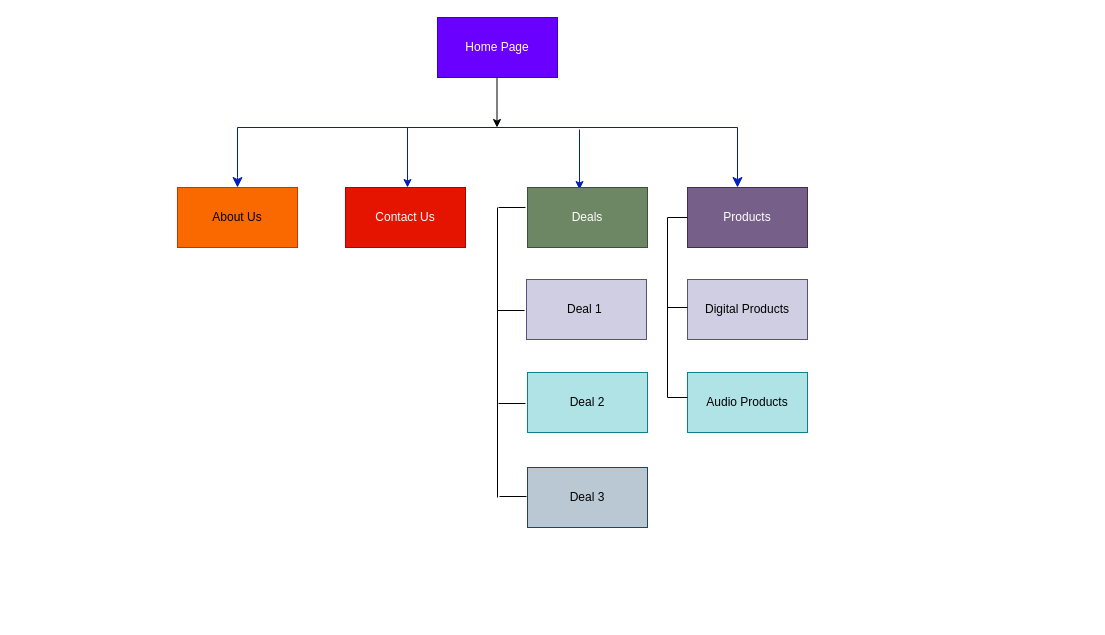
This is sitemap01.drawio from ElingO/test, a draw.io file, before an edit. Source tidied: cells renumbered, new cells numbered last; positions are measured from the earlier drawing's top-left corner, leaving out a move shared by most shapes. Both pictures are drawn from the tidied source at 100%, with x=0, y=0 at pixel (177, 17).
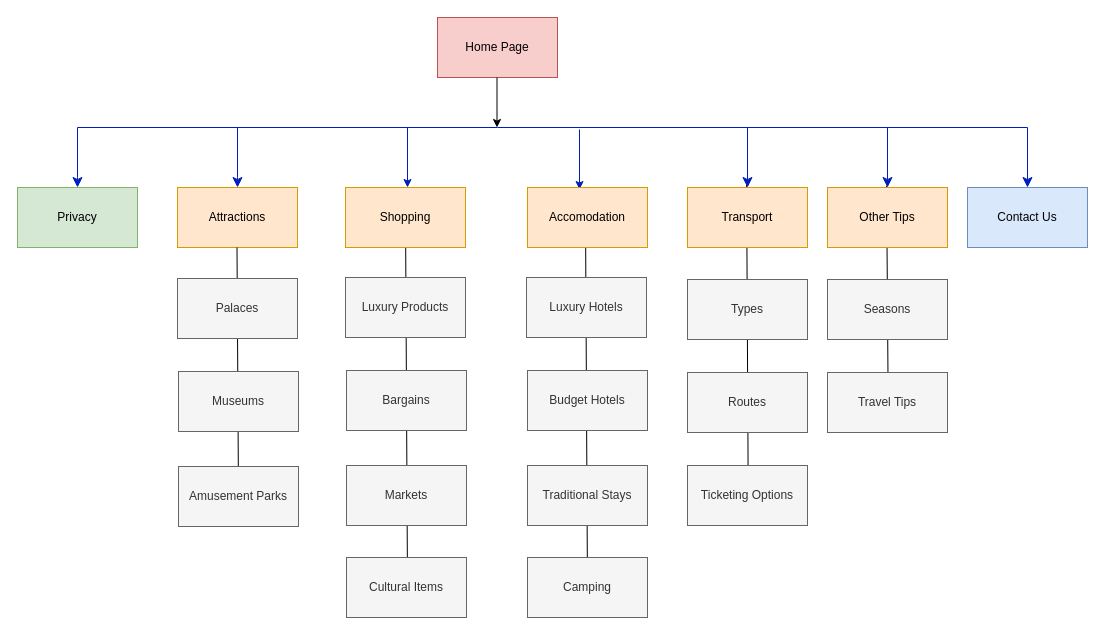
The same page after the edit.

The edit, as a diff of the source:
```diff
@@
+    <mxCell id="26" style="endArrow=none;html=1;rounded=0;" parent="1" edge="1">
+      <mxGeometry relative="1" as="geometry">
+        <mxPoint x="710.9" y="413.8" as="sourcePoint" />
+        <mxPoint x="709.1" y="168.2" as="targetPoint" />
+      </mxGeometry>
+    </mxCell>
+    <mxCell id="27" style="endArrow=none;html=1;rounded=0;" parent="1" edge="1">
+      <mxGeometry relative="1" as="geometry">
+        <mxPoint x="570.9" y="508" as="sourcePoint" />
+        <mxPoint x="569.1" y="167" as="targetPoint" />
+      </mxGeometry>
+    </mxCell>
+    <mxCell id="28" style="endArrow=none;html=1;rounded=0;" parent="1" edge="1">
+      <mxGeometry relative="1" as="geometry">
+        <mxPoint x="409.9" y="555.5" as="sourcePoint" />
+        <mxPoint x="408.1" y="214.5" as="targetPoint" />
+      </mxGeometry>
+    </mxCell>
+    <mxCell id="29" style="endArrow=none;html=1;rounded=0;" parent="1" edge="1">
+      <mxGeometry relative="1" as="geometry">
+        <mxPoint x="230" y="570" as="sourcePoint" />
+        <mxPoint x="228.2" y="229" as="targetPoint" />
+      </mxGeometry>
+    </mxCell>
-    <mxCell id="2" value="Home Page" style="rounded=0;whiteSpace=wrap;html=1;fillColor=#6a00ff;fontColor=#ffffff;strokeColor=#3700CC;" parent="1" vertex="1">
+    <mxCell id="2" value="Home Page" style="rounded=0;whiteSpace=wrap;html=1;fillColor=#f8cecc;strokeColor=#b85450;" parent="1" vertex="1">
       <mxGeometry x="260" width="120" height="60" as="geometry" />
     </mxCell>
@@
     <mxCell id="5" style="edgeStyle=segmentEdgeStyle;endArrow=classic;html=1;curved=0;rounded=0;endSize=8;startSize=8;fillColor=#0050ef;strokeColor=#001DBC;" parent="1" edge="1">
       <mxGeometry relative="1" as="geometry">
-        <mxPoint x="310" y="110" as="sourcePoint" />
-        <mxPoint x="560" y="170" as="targetPoint" />
+        <mxPoint x="320" y="110" as="sourcePoint" />
+        <mxPoint x="570" y="170" as="targetPoint" />
       </mxGeometry>
     </mxCell>
@@
-    <mxCell id="8" value="About Us" style="rounded=0;whiteSpace=wrap;html=1;fillColor=#fa6800;fontColor=#000000;strokeColor=#C73500;" parent="1" vertex="1">
+    <mxCell id="8" value="Attractions" style="rounded=0;whiteSpace=wrap;html=1;fillColor=#ffe6cc;strokeColor=#d79b00;" parent="1" vertex="1">
       <mxGeometry y="170" width="120" height="60" as="geometry" />
     </mxCell>
-    <mxCell id="9" value="Contact Us" style="rounded=0;whiteSpace=wrap;html=1;fillColor=#e51400;fontColor=#ffffff;strokeColor=#B20000;" parent="1" vertex="1">
+    <mxCell id="9" value="Shopping" style="rounded=0;whiteSpace=wrap;html=1;fillColor=#ffe6cc;strokeColor=#d79b00;" parent="1" vertex="1">
       <mxGeometry x="168" y="170" width="120" height="60" as="geometry" />
     </mxCell>
-    <mxCell id="10" value="Deals" style="rounded=0;whiteSpace=wrap;html=1;fillColor=#6d8764;fontColor=#ffffff;strokeColor=#3A5431;" parent="1" vertex="1">
+    <mxCell id="10" value="Accomodation" style="rounded=0;whiteSpace=wrap;html=1;fillColor=#ffe6cc;strokeColor=#d79b00;" parent="1" vertex="1">
       <mxGeometry x="350" y="170" width="120" height="60" as="geometry" />
     </mxCell>
-    <mxCell id="11" value="Deal 1&amp;nbsp;" style="rounded=0;whiteSpace=wrap;html=1;fillColor=#d0cee2;strokeColor=#56517e;" parent="1" vertex="1">
-      <mxGeometry x="349" y="262" width="120" height="60" as="geometry" />
+    <mxCell id="11" value="Luxury Products" style="rounded=0;whiteSpace=wrap;html=1;fillColor=#f5f5f5;strokeColor=#666666;fontColor=#333333;" parent="1" vertex="1">
+      <mxGeometry x="168" y="260" width="120" height="60" as="geometry" />
     </mxCell>
-    <mxCell id="12" value="Deal 2" style="rounded=0;whiteSpace=wrap;html=1;fillColor=#b0e3e6;strokeColor=#0e8088;" parent="1" vertex="1">
-      <mxGeometry x="350" y="355" width="120" height="60" as="geometry" />
+    <mxCell id="12" value="Bargains" style="rounded=0;whiteSpace=wrap;html=1;fillColor=#f5f5f5;strokeColor=#666666;fontColor=#333333;" parent="1" vertex="1">
+      <mxGeometry x="169" y="353" width="120" height="60" as="geometry" />
     </mxCell>
-    <mxCell id="13" value="Deal 3" style="rounded=0;whiteSpace=wrap;html=1;fillColor=#bac8d3;strokeColor=#23445d;" parent="1" vertex="1">
-      <mxGeometry x="350" y="450" width="120" height="60" as="geometry" />
+    <mxCell id="13" value="Markets" style="rounded=0;whiteSpace=wrap;html=1;fillColor=#f5f5f5;strokeColor=#666666;fontColor=#333333;" parent="1" vertex="1">
+      <mxGeometry x="169" y="448" width="120" height="60" as="geometry" />
     </mxCell>
-    <mxCell id="14" style="endArrow=none;html=1;rounded=0;" parent="1" edge="1">
+    <mxCell id="14" style="endArrow=none;html=1;rounded=0;" parent="1" edge="1" source="35">
       <mxGeometry relative="1" as="geometry">
-        <mxPoint x="320" y="480" as="sourcePoint" />
-        <mxPoint x="320" y="190" as="targetPoint" />
+        <mxPoint x="59.5" y="230" as="targetPoint" />
       </mxGeometry>
     </mxCell>
-    <mxCell id="15" style="endArrow=none;html=1;rounded=0;entryX=-0.017;entryY=0.633;entryDx=0;entryDy=0;entryPerimeter=0;" parent="1" edge="1">
-      <mxGeometry relative="1" as="geometry">
-        <mxPoint x="320" y="293" as="sourcePoint" />
-        <mxPoint x="347" y="293" as="targetPoint" />
-      </mxGeometry>
-    </mxCell>
-    <mxCell id="16" style="endArrow=none;html=1;rounded=0;entryX=-0.017;entryY=0.633;entryDx=0;entryDy=0;entryPerimeter=0;" parent="1" edge="1">
-      <mxGeometry relative="1" as="geometry">
-        <mxPoint x="321" y="190" as="sourcePoint" />
-        <mxPoint x="348" y="190" as="targetPoint" />
-      </mxGeometry>
-    </mxCell>
-    <mxCell id="17" style="endArrow=none;html=1;rounded=0;entryX=-0.017;entryY=0.633;entryDx=0;entryDy=0;entryPerimeter=0;" parent="1" edge="1">
-      <mxGeometry relative="1" as="geometry">
-        <mxPoint x="321" y="386" as="sourcePoint" />
-        <mxPoint x="348" y="386" as="targetPoint" />
-      </mxGeometry>
-    </mxCell>
-    <mxCell id="18" style="endArrow=none;html=1;rounded=0;entryX=-0.017;entryY=0.633;entryDx=0;entryDy=0;entryPerimeter=0;" parent="1" edge="1">
-      <mxGeometry relative="1" as="geometry">
-        <mxPoint x="322" y="479" as="sourcePoint" />
-        <mxPoint x="349" y="479" as="targetPoint" />
-      </mxGeometry>
-    </mxCell>
-    <mxCell id="19" value="Products" style="rounded=0;whiteSpace=wrap;html=1;fillColor=#76608a;fontColor=#ffffff;strokeColor=#432D57;" parent="1" vertex="1">
+    <mxCell id="19" value="Transport" style="rounded=0;whiteSpace=wrap;html=1;fillColor=#ffe6cc;strokeColor=#d79b00;" parent="1" vertex="1">
       <mxGeometry x="510" y="170" width="120" height="60" as="geometry" />
     </mxCell>
-    <mxCell id="20" value="Digital Products" style="rounded=0;whiteSpace=wrap;html=1;fillColor=#d0cee2;strokeColor=#56517e;" parent="1" vertex="1">
+    <mxCell id="20" value="Types" style="rounded=0;whiteSpace=wrap;html=1;fillColor=#f5f5f5;strokeColor=#666666;fontColor=#333333;" parent="1" vertex="1">
       <mxGeometry x="510" y="262" width="120" height="60" as="geometry" />
     </mxCell>
-    <mxCell id="21" value="Audio Products" style="rounded=0;whiteSpace=wrap;html=1;fillColor=#b0e3e6;strokeColor=#0e8088;" parent="1" vertex="1">
+    <mxCell id="21" value="Routes" style="rounded=0;whiteSpace=wrap;html=1;fillColor=#f5f5f5;strokeColor=#666666;fontColor=#333333;" parent="1" vertex="1">
       <mxGeometry x="510" y="355" width="120" height="60" as="geometry" />
     </mxCell>
-    <mxCell id="22" style="endArrow=none;html=1;rounded=0;" parent="1" edge="1">
-      <mxGeometry relative="1" as="geometry">
-        <mxPoint x="490" y="380" as="sourcePoint" />
-        <mxPoint x="490" y="200" as="targetPoint" />
-      </mxGeometry>
-    </mxCell>
-    <mxCell id="23" style="endArrow=none;html=1;rounded=0;exitX=0;exitY=0.5;exitDx=0;exitDy=0;" parent="1" edge="1" source="19">
-      <mxGeometry relative="1" as="geometry">
-        <mxPoint x="490" y="200" as="targetPoint" />
-      </mxGeometry>
-    </mxCell>
-    <mxCell id="24" style="endArrow=none;html=1;rounded=0;exitX=0;exitY=0.5;exitDx=0;exitDy=0;" parent="1" edge="1">
-      <mxGeometry relative="1" as="geometry">
-        <mxPoint x="510" y="290" as="sourcePoint" />
-        <mxPoint x="490" y="290" as="targetPoint" />
-      </mxGeometry>
-    </mxCell>
-    <mxCell id="25" style="endArrow=none;html=1;rounded=0;exitX=0;exitY=0.5;exitDx=0;exitDy=0;" parent="1" edge="1">
-      <mxGeometry relative="1" as="geometry">
-        <mxPoint x="510" y="380" as="sourcePoint" />
-        <mxPoint x="490" y="380" as="targetPoint" />
-      </mxGeometry>
-    </mxCell>
+    <mxCell id="30" value="Other Tips" style="rounded=0;whiteSpace=wrap;html=1;fillColor=#ffe6cc;strokeColor=#d79b00;" parent="1" vertex="1">
+      <mxGeometry x="650" y="170" width="120" height="60" as="geometry" />
+    </mxCell>
+    <mxCell id="31" value="Contact Us" style="rounded=0;whiteSpace=wrap;html=1;fillColor=#dae8fc;strokeColor=#6c8ebf;" parent="1" vertex="1">
+      <mxGeometry x="790" y="170" width="120" height="60" as="geometry" />
+    </mxCell>
+    <mxCell id="32" value="Privacy" style="rounded=0;whiteSpace=wrap;html=1;fillColor=#d5e8d4;strokeColor=#82b366;" parent="1" vertex="1">
+      <mxGeometry x="-160" y="170" width="120" height="60" as="geometry" />
+    </mxCell>
+    <mxCell id="33" value="Palaces" style="rounded=0;whiteSpace=wrap;html=1;fillColor=#f5f5f5;strokeColor=#666666;fontColor=#333333;" parent="1" vertex="1">
+      <mxGeometry y="261" width="120" height="60" as="geometry" />
+    </mxCell>
+    <mxCell id="34" value="Museums" style="rounded=0;whiteSpace=wrap;html=1;fillColor=#f5f5f5;strokeColor=#666666;fontColor=#333333;" parent="1" vertex="1">
+      <mxGeometry x="1" y="354" width="120" height="60" as="geometry" />
+    </mxCell>
+    <mxCell id="35" value="Amusement Parks" style="rounded=0;whiteSpace=wrap;html=1;fillColor=#f5f5f5;strokeColor=#666666;fontColor=#333333;" parent="1" vertex="1">
+      <mxGeometry x="1" y="449" width="120" height="60" as="geometry" />
+    </mxCell>
+    <mxCell id="36" value="Cultural Items" style="rounded=0;whiteSpace=wrap;html=1;fillColor=#f5f5f5;strokeColor=#666666;fontColor=#333333;" parent="1" vertex="1">
+      <mxGeometry x="169" y="540" width="120" height="60" as="geometry" />
+    </mxCell>
+    <mxCell id="37" value="Luxury Hotels" style="rounded=0;whiteSpace=wrap;html=1;fillColor=#f5f5f5;strokeColor=#666666;fontColor=#333333;" parent="1" vertex="1">
+      <mxGeometry x="349" y="260" width="120" height="60" as="geometry" />
+    </mxCell>
+    <mxCell id="38" value="Budget Hotels" style="rounded=0;whiteSpace=wrap;html=1;fillColor=#f5f5f5;strokeColor=#666666;fontColor=#333333;" parent="1" vertex="1">
+      <mxGeometry x="350" y="353" width="120" height="60" as="geometry" />
+    </mxCell>
+    <mxCell id="39" value="Traditional Stays" style="rounded=0;whiteSpace=wrap;html=1;fillColor=#f5f5f5;strokeColor=#666666;fontColor=#333333;" parent="1" vertex="1">
+      <mxGeometry x="350" y="448" width="120" height="60" as="geometry" />
+    </mxCell>
+    <mxCell id="40" value="Camping" style="rounded=0;whiteSpace=wrap;html=1;fillColor=#f5f5f5;strokeColor=#666666;fontColor=#333333;" parent="1" vertex="1">
+      <mxGeometry x="350" y="540" width="120" height="60" as="geometry" />
+    </mxCell>
+    <mxCell id="41" value="Ticketing Options" style="rounded=0;whiteSpace=wrap;html=1;fillColor=#f5f5f5;strokeColor=#666666;fontColor=#333333;" parent="1" vertex="1">
+      <mxGeometry x="510" y="448" width="120" height="60" as="geometry" />
+    </mxCell>
+    <mxCell id="42" value="Seasons" style="rounded=0;whiteSpace=wrap;html=1;fillColor=#f5f5f5;strokeColor=#666666;fontColor=#333333;" parent="1" vertex="1">
+      <mxGeometry x="650" y="262" width="120" height="60" as="geometry" />
+    </mxCell>
+    <mxCell id="43" value="Travel Tips" style="rounded=0;whiteSpace=wrap;html=1;fillColor=#f5f5f5;strokeColor=#666666;fontColor=#333333;" parent="1" vertex="1">
+      <mxGeometry x="650" y="355" width="120" height="60" as="geometry" />
+    </mxCell>
+    <mxCell id="44" style="edgeStyle=segmentEdgeStyle;endArrow=classic;html=1;curved=0;rounded=0;endSize=8;startSize=8;fillColor=#0050ef;strokeColor=#001DBC;" parent="1" edge="1">
+      <mxGeometry relative="1" as="geometry">
+        <mxPoint x="460" y="110" as="sourcePoint" />
+        <mxPoint x="710" y="170" as="targetPoint" />
+      </mxGeometry>
+    </mxCell>
+    <mxCell id="45" style="edgeStyle=segmentEdgeStyle;endArrow=classic;html=1;curved=0;rounded=0;endSize=8;startSize=8;fillColor=#0050ef;strokeColor=#001DBC;" parent="1" edge="1">
+      <mxGeometry relative="1" as="geometry">
+        <mxPoint x="600" y="110" as="sourcePoint" />
+        <mxPoint x="850" y="170" as="targetPoint" />
+      </mxGeometry>
+    </mxCell>
+    <mxCell id="46" style="edgeStyle=segmentEdgeStyle;endArrow=classic;html=1;curved=0;rounded=0;endSize=8;startSize=8;fillColor=#0050ef;strokeColor=#001DBC;" parent="1" edge="1">
+      <mxGeometry relative="1" as="geometry">
+        <mxPoint x="160" y="110" as="sourcePoint" />
+        <mxPoint x="-100" y="170" as="targetPoint" />
+        <Array as="points">
+          <mxPoint x="-100" y="110" />
+          <mxPoint x="-100" y="160" />
+        </Array>
+      </mxGeometry>
+    </mxCell>
```
